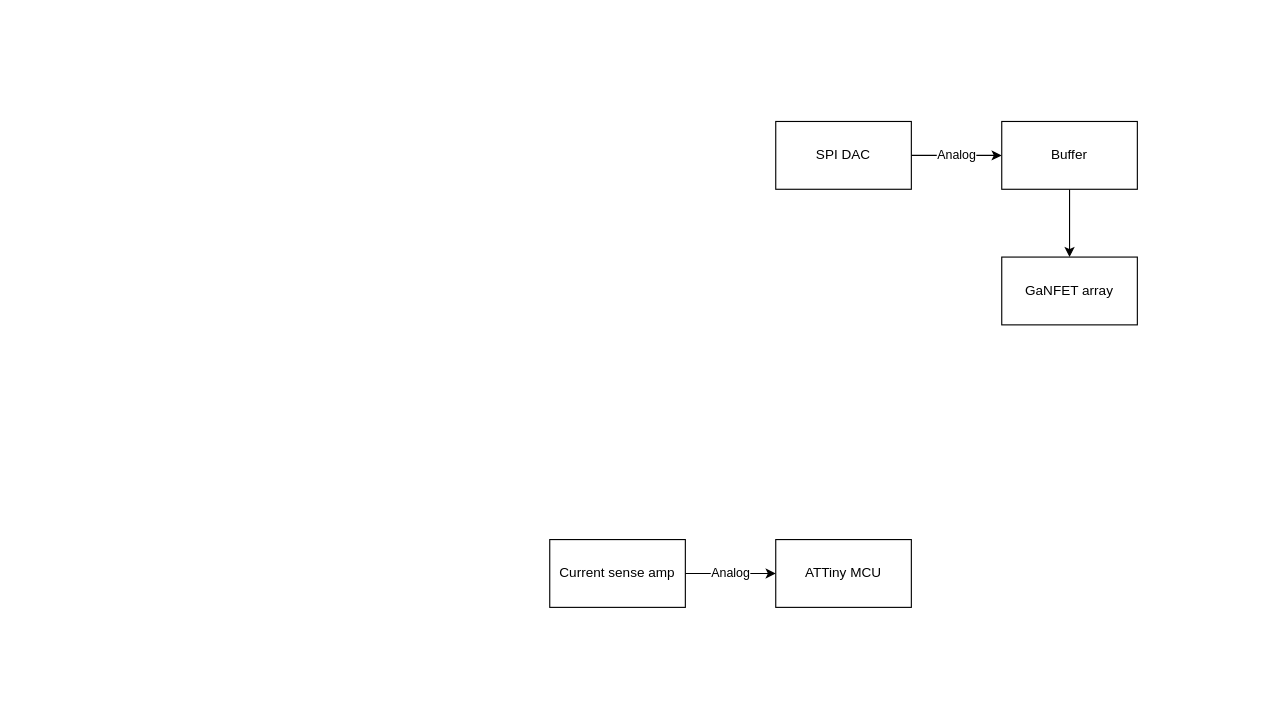
Above: gantactor.drawio in BME-SBT/chungus-gantactor (draw.io), before the change. Source tidied: cells renumbered, new cells numbered last; positions are measured from the earlier drawing's top-left corner, leaving out a move shared by most shapes. Both pictures are drawn from the tidied source at 113%, with x=0, y=0 at pixel (549, 121).
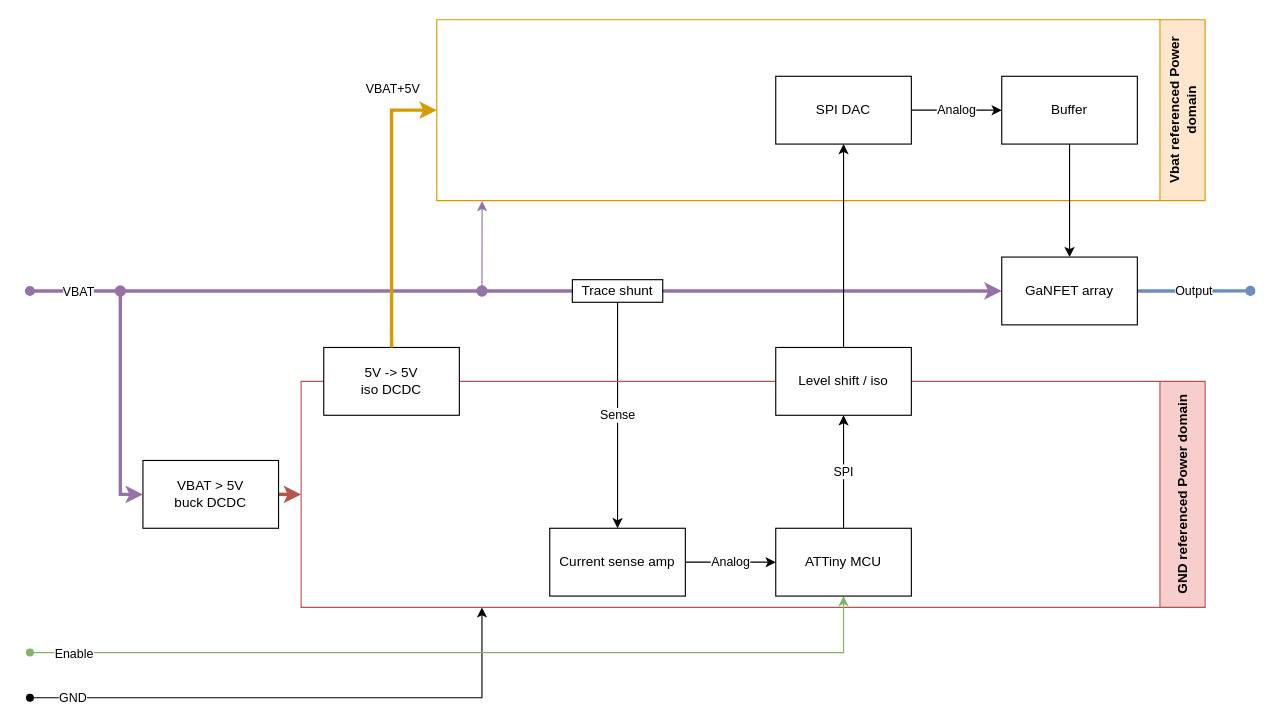
Above is the later version.

Diff of the diagram source:
```diff
@@
+    <mxCell id="10" value="Sense" style="edgeStyle=orthogonalEdgeStyle;rounded=0;jettySize=auto;html=1;exitX=0.5;exitY=0;exitDx=0;exitDy=0;startArrow=classic;startFill=1;endArrow=none;endFill=0;entryX=0.5;entryY=1;entryDx=0;entryDy=0;" parent="1" edge="1" source="4" target="28">
+      <mxGeometry relative="1" as="geometry" />
+    </mxCell>
+    <mxCell id="11" style="edgeStyle=orthogonalEdgeStyle;rounded=0;jettySize=auto;html=1;exitX=0;exitY=0.5;exitDx=0;exitDy=0;endArrow=oval;endFill=1;strokeWidth=3;fillColor=#e1d5e7;strokeColor=#9673a6;startArrow=classic;startFill=1;" parent="1" edge="1" source="9">
+      <mxGeometry relative="1" as="geometry">
+        <mxPoint x="-460" y="150" as="targetPoint" />
+      </mxGeometry>
+    </mxCell>
+    <mxCell id="12" value="VBAT" style="edgeLabel;html=1;align=center;verticalAlign=middle;" parent="11" vertex="1">
+      <mxGeometry x="0.82" y="-4" relative="1" as="geometry">
+        <mxPoint x="-35" y="4" as="offset" />
+      </mxGeometry>
+    </mxCell>
+    <mxCell id="13" style="edgeStyle=orthogonalEdgeStyle;rounded=0;jettySize=auto;html=1;exitX=1;exitY=0.5;exitDx=0;exitDy=0;entryX=1;entryY=0.5;entryDx=0;entryDy=0;strokeWidth=3;fillColor=#f8cecc;strokeColor=#b85450;" parent="1" edge="1" source="15" target="18">
+      <mxGeometry relative="1" as="geometry" />
+    </mxCell>
+    <mxCell id="14" style="edgeStyle=orthogonalEdgeStyle;rounded=0;jettySize=auto;html=1;exitX=0;exitY=0.5;exitDx=0;exitDy=0;startArrow=classic;startFill=1;endArrow=none;endFill=0;fillColor=#e1d5e7;strokeColor=#9673a6;strokeWidth=3;" parent="1" edge="1" source="15" target="25">
+      <mxGeometry relative="1" as="geometry" />
+    </mxCell>
+    <mxCell id="15" value="VBAT &amp;gt; 5V&lt;br&gt;buck DCDC" style="rounded=0;whiteSpace=wrap;html=1;" parent="1" vertex="1">
+      <mxGeometry x="-360" y="300" width="120" height="60" as="geometry" />
+    </mxCell>
+    <mxCell id="16" style="edgeStyle=orthogonalEdgeStyle;rounded=0;orthogonalLoop=1;jettySize=auto;html=1;endArrow=oval;endFill=1;startArrow=classic;startFill=1;" parent="1" edge="1">
+      <mxGeometry relative="1" as="geometry">
+        <mxPoint x="-60" y="430" as="sourcePoint" />
+        <mxPoint x="-460" y="510" as="targetPoint" />
+        <Array as="points">
+          <mxPoint x="-60" y="430" />
+          <mxPoint x="-60" y="510" />
+        </Array>
+      </mxGeometry>
+    </mxCell>
+    <mxCell id="17" value="GND" style="edgeLabel;html=1;align=center;verticalAlign=middle;" parent="16" vertex="1">
+      <mxGeometry x="0.85" y="-1" relative="1" as="geometry">
+        <mxPoint x="1" as="offset" />
+      </mxGeometry>
+    </mxCell>
+    <mxCell id="18" value="GND referenced Power domain" style="swimlane;horizontal=0;whiteSpace=wrap;html=1;direction=west;startSize=40;fillColor=#f8cecc;strokeColor=#b85450;" parent="1" vertex="1">
+      <mxGeometry x="-220" y="230" width="800" height="200" as="geometry" />
+    </mxCell>
+    <mxCell id="19" value="SPI" style="edgeStyle=orthogonalEdgeStyle;rounded=0;jettySize=auto;html=1;exitX=0.5;exitY=0;exitDx=0;exitDy=0;entryX=0.5;entryY=1;entryDx=0;entryDy=0;" parent="18" edge="1" source="2" target="22">
+      <mxGeometry relative="1" as="geometry" />
+    </mxCell>
+    <mxCell id="20" style="edgeStyle=orthogonalEdgeStyle;rounded=0;jettySize=auto;html=1;exitX=0.5;exitY=1;exitDx=0;exitDy=0;endArrow=oval;endFill=1;fillColor=#d5e8d4;strokeColor=#82b366;startArrow=classic;startFill=1;" parent="18" edge="1" source="2">
+      <mxGeometry relative="1" as="geometry">
+        <mxPoint x="-240" y="240" as="targetPoint" />
+        <Array as="points">
+          <mxPoint x="480" y="240" />
+        </Array>
+      </mxGeometry>
+    </mxCell>
+    <mxCell id="21" value="Enable" style="edgeLabel;html=1;align=center;verticalAlign=middle;" parent="20" vertex="1">
+      <mxGeometry x="0.9" y="-3" relative="1" as="geometry">
+        <mxPoint y="3" as="offset" />
+      </mxGeometry>
+    </mxCell>
-    <mxCell id="2" value="ATTiny MCU" style="rounded=0;whiteSpace=wrap;html=1;" parent="1" vertex="1">
-      <mxGeometry x="200" y="370" width="120" height="60" as="geometry" />
+    <mxCell id="2" value="ATTiny MCU" style="rounded=0;whiteSpace=wrap;html=1;" parent="18" vertex="1">
+      <mxGeometry x="420" y="130" width="120" height="60" as="geometry" />
     </mxCell>
-    <mxCell id="3" value="Analog" style="edgeStyle=orthogonalEdgeStyle;rounded=0;jettySize=auto;html=1;exitX=1;exitY=0.5;exitDx=0;exitDy=0;entryX=0;entryY=0.5;entryDx=0;entryDy=0;" parent="1" edge="1" source="4" target="2">
-      <mxGeometry relative="1" as="geometry" />
+    <mxCell id="3" value="Analog" style="edgeStyle=orthogonalEdgeStyle;rounded=0;jettySize=auto;html=1;exitX=1;exitY=0.5;exitDx=0;exitDy=0;entryX=0;entryY=0.5;entryDx=0;entryDy=0;" parent="18" edge="1" source="4" target="2">
+      <mxGeometry relative="1" as="geometry">
+        <Array as="points">
+          <mxPoint x="390" y="160" />
+          <mxPoint x="390" y="160" />
+        </Array>
+      </mxGeometry>
     </mxCell>
-    <mxCell id="4" value="Current sense amp" style="rounded=0;whiteSpace=wrap;html=1;" parent="1" vertex="1">
-      <mxGeometry y="370" width="120" height="60" as="geometry" />
+    <mxCell id="4" value="Current sense amp" style="rounded=0;whiteSpace=wrap;html=1;" parent="18" vertex="1">
+      <mxGeometry x="220" y="130" width="120" height="60" as="geometry" />
     </mxCell>
+    <mxCell id="22" value="Level shift / iso" style="rounded=0;whiteSpace=wrap;html=1;" parent="18" vertex="1">
+      <mxGeometry x="420" y="-30" width="120" height="60" as="geometry" />
+    </mxCell>
+    <mxCell id="23" style="edgeStyle=orthogonalEdgeStyle;rounded=0;jettySize=auto;html=1;exitX=0.941;exitY=-0.002;exitDx=0;exitDy=0;exitPerimeter=0;fillColor=#e1d5e7;strokeColor=#9673a6;startArrow=classic;startFill=1;endArrow=none;endFill=0;" parent="1" edge="1" source="24">
+      <mxGeometry relative="1" as="geometry">
+        <mxPoint x="-60" y="150" as="targetPoint" />
+      </mxGeometry>
+    </mxCell>
+    <mxCell id="24" value="Vbat referenced Power domain" style="swimlane;horizontal=0;whiteSpace=wrap;html=1;direction=west;startSize=40;fillColor=#ffe6cc;strokeColor=#d79b00;" parent="1" vertex="1">
+      <mxGeometry x="-100" y="-90" width="680" height="160" as="geometry" />
+    </mxCell>
+    <mxCell id="6" value="SPI DAC" style="rounded=0;whiteSpace=wrap;html=1;" parent="24" vertex="1">
+      <mxGeometry x="300" y="50" width="120" height="60" as="geometry" />
+    </mxCell>
+    <mxCell id="8" value="Buffer" style="rounded=0;whiteSpace=wrap;html=1;" parent="24" vertex="1">
+      <mxGeometry x="500" y="50" width="120" height="60" as="geometry" />
+    </mxCell>
-    <mxCell id="5" value="Analog" style="edgeStyle=orthogonalEdgeStyle;rounded=0;jettySize=auto;html=1;exitX=1;exitY=0.5;exitDx=0;exitDy=0;entryX=0;entryY=0.5;entryDx=0;entryDy=0;" parent="1" edge="1" source="6" target="8">
+    <mxCell id="5" value="Analog" style="edgeStyle=orthogonalEdgeStyle;rounded=0;jettySize=auto;html=1;exitX=1;exitY=0.5;exitDx=0;exitDy=0;entryX=0;entryY=0.5;entryDx=0;entryDy=0;" parent="24" edge="1" source="6" target="8">
       <mxGeometry relative="1" as="geometry" />
     </mxCell>
-    <mxCell id="6" value="SPI DAC" style="rounded=0;whiteSpace=wrap;html=1;" parent="1" vertex="1">
-      <mxGeometry x="200" width="120" height="60" as="geometry" />
-    </mxCell>
+    <mxCell id="25" style="shape=waypoint;sketch=0;fillStyle=solid;size=6;points=[];fillColor=#e1d5e7;perimeter=centerPerimeter;snapToPoint=1;strokeWidth=3;strokeColor=#9673a6;" parent="1" vertex="1">
+      <mxGeometry x="-390" y="140" width="20" height="20" as="geometry" />
+    </mxCell>
+    <mxCell id="26" style="edgeStyle=orthogonalEdgeStyle;rounded=0;jettySize=auto;html=1;exitX=0.5;exitY=0;exitDx=0;exitDy=0;entryX=0.5;entryY=1;entryDx=0;entryDy=0;" parent="1" edge="1" source="22" target="6">
+      <mxGeometry relative="1" as="geometry" />
+    </mxCell>
+    <mxCell id="27" value="5V -&amp;gt; 5V&lt;br&gt;iso DCDC" style="rounded=0;whiteSpace=wrap;html=1;" parent="1" vertex="1">
+      <mxGeometry x="-200" y="200" width="120" height="60" as="geometry" />
+    </mxCell>
+    <mxCell id="28" value="Trace shunt" style="rounded=0;whiteSpace=wrap;html=1;" parent="1" vertex="1">
+      <mxGeometry x="20" y="140" width="80" height="20" as="geometry" />
+    </mxCell>
+    <mxCell id="29" value="Output" style="edgeStyle=orthogonalEdgeStyle;rounded=0;jettySize=auto;html=1;exitX=1;exitY=0.5;exitDx=0;exitDy=0;fillColor=#dae8fc;strokeColor=#6c8ebf;strokeWidth=3;endArrow=oval;endFill=1;" parent="1" edge="1" source="9">
+      <mxGeometry relative="1" as="geometry">
+        <mxPoint x="620" y="149.9" as="targetPoint" />
+      </mxGeometry>
+    </mxCell>
+    <mxCell id="9" value="GaNFET array" style="rounded=0;whiteSpace=wrap;html=1;" parent="1" vertex="1">
+      <mxGeometry x="400" y="120" width="120" height="60" as="geometry" />
+    </mxCell>
@@
-    <mxCell id="8" value="Buffer" style="rounded=0;whiteSpace=wrap;html=1;" parent="1" vertex="1">
-      <mxGeometry x="400" width="120" height="60" as="geometry" />
-    </mxCell>
-    <mxCell id="9" value="GaNFET array" style="rounded=0;whiteSpace=wrap;html=1;" parent="1" vertex="1">
-      <mxGeometry x="400" y="120" width="120" height="60" as="geometry" />
-    </mxCell>
+    <mxCell id="30" style="edgeStyle=orthogonalEdgeStyle;rounded=0;jettySize=auto;html=1;exitX=0.5;exitY=0;exitDx=0;exitDy=0;fillColor=#ffe6cc;strokeColor=#d79b00;strokeWidth=3;entryX=1;entryY=0.5;entryDx=0;entryDy=0;" parent="1" edge="1" source="27" target="24">
+      <mxGeometry relative="1" as="geometry" />
+    </mxCell>
+    <mxCell id="31" value="VBAT+5V" style="edgeLabel;html=1;align=center;verticalAlign=middle;" parent="30" vertex="1">
+      <mxGeometry x="0.76" y="1" relative="1" as="geometry">
+        <mxPoint x="-10" y="-19" as="offset" />
+      </mxGeometry>
+    </mxCell>
+    <mxCell id="32" style="shape=waypoint;sketch=0;fillStyle=solid;size=6;fillColor=#e1d5e7;perimeter=centerPerimeter;strokeColor=#9673a6;strokeWidth=3;" parent="1" vertex="1">
+      <mxGeometry x="-70" y="140" width="20" height="20" as="geometry" />
+    </mxCell>
```
